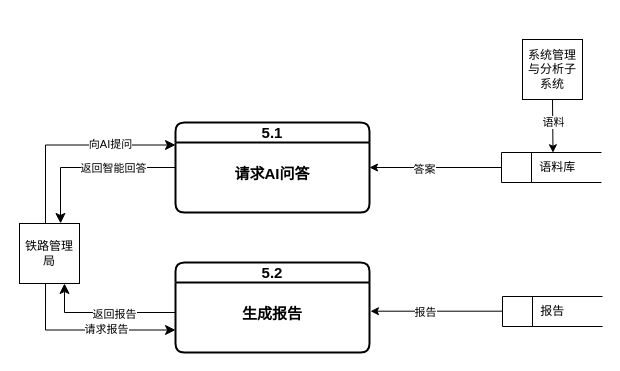
The draw.io diagram DFD5.drawio in Lxlorange/drawio, before the edit. Source tidied: cells renumbered, new cells numbered last; positions are measured from the earlier drawing's top-left corner, leaving out a move shared by most shapes. Both pictures are drawn from the tidied source at 100%, with x=0, y=0 at pixel (19, 39).
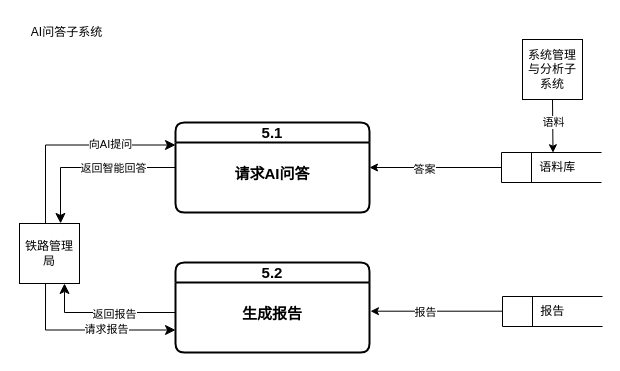
The same diagram, later.

What changed in the source:
```diff
@@
+    <mxCell id="24" value="AI问答子系统" style="text;html=1;align=center;verticalAlign=middle;whiteSpace=wrap;rounded=0;" parent="1" vertex="1">
+      <mxGeometry x="-2" y="-22" width="99" height="30" as="geometry" />
+    </mxCell>
```
